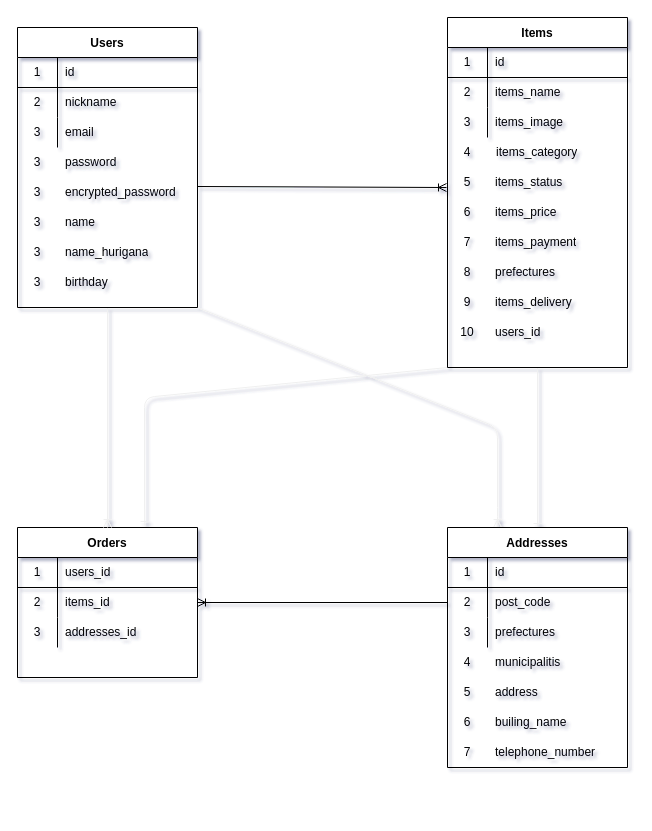
This is furima-36484.dio from Syota-Hama/furima-36484, a draw.io file, before an edit. Source tidied: cells renumbered, new cells numbered last; positions are measured from the earlier drawing's top-left corner, leaving out a move shared by most shapes. Both pictures are drawn from the tidied source at 100%, with x=0, y=0 at pixel (17, 17).
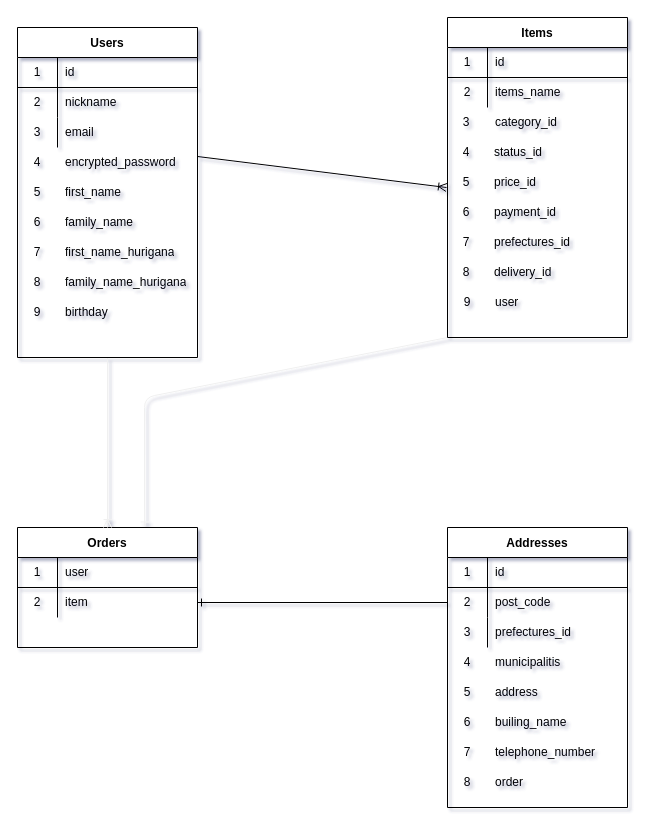
Above is the later version.

The change refers to these unchanged cells:
```xml
<mxCell id="15" style="shape=partialRectangle;html=1;whiteSpace=wrap;fillColor=none;top=0;left=0;bottom=1;right=0;" parent="14" vertex="1">
  <mxGeometry y="30" width="180" height="30" as="geometry" />
</mxCell>
<mxCell id="18" style="shape=partialRectangle;html=1;whiteSpace=wrap;fillColor=none;top=0;left=0;bottom=0;right=0;points=[[0,0.5],[1,0.5]];portConstraint=eastwest;" parent="14" vertex="1">
  <mxGeometry y="60" width="180" height="30" as="geometry" />
</mxCell>
<mxCell id="46" style="shape=partialRectangle;html=1;whiteSpace=wrap;fillColor=none;top=0;left=0;bottom=0;right=0;" parent="1" vertex="1">
  <mxGeometry y="220" width="180" height="30" as="geometry" />
</mxCell>
<mxCell id="77" style="shape=partialRectangle;html=1;whiteSpace=wrap;fillColor=none;top=0;left=0;bottom=0;right=0;points=[[0,0.5],[1,0.5]];portConstraint=eastwest;" parent="73" vertex="1">
  <mxGeometry y="60" width="180" height="30" as="geometry" />
</mxCell>
<mxCell id="83" style="shape=partialRectangle;html=1;whiteSpace=wrap;fillColor=none;top=0;left=0;bottom=0;right=0;" parent="1" vertex="1">
  <mxGeometry x="430" y="600" width="180" height="30" as="geometry" />
</mxCell>
```

The edit, as a diff of the source:
```diff
@@
-    <mxCell id="2" style="edgeStyle=none;jumpSize=6;html=1;exitX=0.5;exitY=1;exitDx=0;exitDy=0;entryX=0.5;entryY=0;entryDx=0;entryDy=0;endArrow=ERone;endFill=0;startSize=6;strokeColor=#f0f0f0;strokeWidth=1;" parent="1" edge="1" source="4" target="73">
-      <mxGeometry relative="1" as="geometry" />
-    </mxCell>
@@
     <mxCell id="4" value="Items" style="shape=table;startSize=30;childLayout=tableLayout;rowLines=0;fontStyle=1;align=center;" parent="1" vertex="1">
-      <mxGeometry x="430" width="180" height="350" as="geometry" />
+      <mxGeometry x="430" width="180" height="320" as="geometry" />
     </mxCell>
@@
-    <mxCell id="11" style="shape=partialRectangle;html=1;whiteSpace=wrap;fillColor=none;top=0;left=0;bottom=0;right=0;" parent="4" vertex="1">
-      <mxGeometry y="90" width="180" height="30" as="geometry" />
-    </mxCell>
-    <mxCell id="12" value="3" style="shape=partialRectangle;html=1;whiteSpace=wrap;fillColor=none;top=0;left=0;bottom=0;right=0;overflow=hidden;" parent="11" vertex="1">
-      <mxGeometry width="40" height="30" as="geometry" />
-    </mxCell>
-    <mxCell id="13" value="items_image" style="shape=partialRectangle;html=1;whiteSpace=wrap;fillColor=none;top=0;left=0;bottom=0;right=0;align=left;spacingLeft=6;overflow=hidden;" parent="11" vertex="1">
-      <mxGeometry x="40" width="140" height="30" as="geometry" />
-    </mxCell>
     <mxCell id="14" value="Orders" style="shape=table;startSize=30;childLayout=tableLayout;rowLines=0;fontStyle=1;align=center;" parent="1" vertex="1">
-      <mxGeometry y="510" width="180" height="150" as="geometry" />
+      <mxGeometry y="510" width="180" height="120" as="geometry" />
     </mxCell>
@@
-    <mxCell id="17" value="users_id" style="shape=partialRectangle;html=1;whiteSpace=wrap;fillColor=none;top=0;left=0;bottom=0;right=0;align=left;spacingLeft=6;overflow=hidden;" parent="15" vertex="1">
+    <mxCell id="17" value="user" style="shape=partialRectangle;html=1;whiteSpace=wrap;fillColor=none;top=0;left=0;bottom=0;right=0;align=left;spacingLeft=6;overflow=hidden;" parent="15" vertex="1">
       <mxGeometry x="40" width="140" height="30" as="geometry" />
     </mxCell>
@@
-    <mxCell id="20" value="items_id" style="shape=partialRectangle;html=1;whiteSpace=wrap;fillColor=none;top=0;left=0;bottom=0;right=0;align=left;spacingLeft=6;overflow=hidden;" parent="18" vertex="1">
+    <mxCell id="20" value="item" style="shape=partialRectangle;html=1;whiteSpace=wrap;fillColor=none;top=0;left=0;bottom=0;right=0;align=left;spacingLeft=6;overflow=hidden;" parent="18" vertex="1">
       <mxGeometry x="40" width="140" height="30" as="geometry" />
     </mxCell>
-    <mxCell id="21" style="shape=partialRectangle;html=1;whiteSpace=wrap;fillColor=none;top=0;left=0;bottom=0;right=0;" parent="14" vertex="1">
-      <mxGeometry y="90" width="180" height="30" as="geometry" />
-    </mxCell>
-    <mxCell id="22" value="3" style="shape=partialRectangle;html=1;whiteSpace=wrap;fillColor=none;top=0;left=0;bottom=0;right=0;overflow=hidden;" parent="21" vertex="1">
-      <mxGeometry width="40" height="30" as="geometry" />
-    </mxCell>
-    <mxCell id="23" value="addresses_id" style="shape=partialRectangle;html=1;whiteSpace=wrap;fillColor=none;top=0;left=0;bottom=0;right=0;align=left;spacingLeft=6;overflow=hidden;" parent="21" vertex="1">
-      <mxGeometry x="40" width="140" height="30" as="geometry" />
-    </mxCell>
-    <mxCell id="24" style="edgeStyle=none;jumpSize=6;html=1;exitX=0.5;exitY=1;exitDx=0;exitDy=0;endArrow=ERoneToMany;endFill=0;startSize=6;strokeColor=#f0f0f0;strokeWidth=1;" parent="1" edge="1" source="26">
-      <mxGeometry relative="1" as="geometry">
-        <mxPoint x="90" y="510" as="targetPoint" />
-      </mxGeometry>
-    </mxCell>
-    <mxCell id="25" style="edgeStyle=none;jumpSize=6;html=1;exitX=1;exitY=1;exitDx=0;exitDy=0;endArrow=ERoneToMany;endFill=0;startSize=6;strokeColor=#f0f0f0;strokeWidth=1;entryX=0.278;entryY=0;entryDx=0;entryDy=0;entryPerimeter=0;" parent="1" edge="1" source="26" target="73">
-      <mxGeometry relative="1" as="geometry">
-        <Array as="points">
-          <mxPoint x="480" y="410" />
-          <mxPoint x="480" y="500" />
-        </Array>
-      </mxGeometry>
-    </mxCell>
+    <mxCell id="99" style="edgeStyle=none;sketch=0;html=1;exitX=0.5;exitY=1;exitDx=0;exitDy=0;entryX=0.5;entryY=0;entryDx=0;entryDy=0;endArrow=ERoneToMany;endFill=0;strokeColor=#f0f0f0;" parent="1" edge="1" source="26" target="14">
+      <mxGeometry relative="1" as="geometry" />
+    </mxCell>
     <mxCell id="26" value="Users" style="shape=table;startSize=30;childLayout=tableLayout;rowLines=0;fontStyle=1;align=center;" parent="1" vertex="1">
-      <mxGeometry y="10" width="180" height="280" as="geometry" />
+      <mxGeometry y="10" width="180" height="330" as="geometry" />
     </mxCell>
@@
-    <mxCell id="36" style="shape=partialRectangle;html=1;whiteSpace=wrap;fillColor=none;top=0;left=0;bottom=0;right=0;" parent="1" vertex="1">
-      <mxGeometry y="130" width="180" height="30" as="geometry" />
-    </mxCell>
-    <mxCell id="37" value="3" style="shape=partialRectangle;html=1;whiteSpace=wrap;fillColor=none;top=0;left=0;bottom=0;right=0;overflow=hidden;" parent="36" vertex="1">
-      <mxGeometry width="40" height="30" as="geometry" />
-    </mxCell>
-    <mxCell id="38" value="password" style="shape=partialRectangle;html=1;whiteSpace=wrap;fillColor=none;top=0;left=0;bottom=0;right=0;align=left;spacingLeft=6;overflow=hidden;" parent="36" vertex="1">
-      <mxGeometry x="40" width="140" height="30" as="geometry" />
-    </mxCell>
@@
     <mxCell id="40" style="shape=partialRectangle;html=1;whiteSpace=wrap;fillColor=none;top=0;left=0;bottom=0;right=0;points=[[0,0.5],[1,0.5]];portConstraint=eastwest;" parent="1" vertex="1">
-      <mxGeometry y="160" width="180" height="30" as="geometry" />
+      <mxGeometry y="130" width="180" height="30" as="geometry" />
     </mxCell>
-    <mxCell id="41" value="3" style="shape=partialRectangle;html=1;whiteSpace=wrap;fillColor=none;top=0;left=0;bottom=0;right=0;overflow=hidden;" parent="40" vertex="1">
+    <mxCell id="41" value="4" style="shape=partialRectangle;html=1;whiteSpace=wrap;fillColor=none;top=0;left=0;bottom=0;right=0;overflow=hidden;" parent="40" vertex="1">
       <mxGeometry width="40" height="30" as="geometry" />
     </mxCell>
@@
     <mxCell id="43" style="shape=partialRectangle;html=1;whiteSpace=wrap;fillColor=none;top=0;left=0;bottom=0;right=0;" parent="1" vertex="1">
-      <mxGeometry y="190" width="180" height="30" as="geometry" />
+      <mxGeometry y="160" width="180" height="30" as="geometry" />
     </mxCell>
-    <mxCell id="44" value="3" style="shape=partialRectangle;html=1;whiteSpace=wrap;fillColor=none;top=0;left=0;bottom=0;right=0;overflow=hidden;" parent="43" vertex="1">
+    <mxCell id="44" value="5" style="shape=partialRectangle;html=1;whiteSpace=wrap;fillColor=none;top=0;left=0;bottom=0;right=0;overflow=hidden;" parent="43" vertex="1">
       <mxGeometry width="40" height="30" as="geometry" />
     </mxCell>
-    <mxCell id="45" value="name" style="shape=partialRectangle;html=1;whiteSpace=wrap;fillColor=none;top=0;left=0;bottom=0;right=0;align=left;spacingLeft=6;overflow=hidden;" parent="43" vertex="1">
+    <mxCell id="45" value="first_name" style="shape=partialRectangle;html=1;whiteSpace=wrap;fillColor=none;top=0;left=0;bottom=0;right=0;align=left;spacingLeft=6;overflow=hidden;" parent="43" vertex="1">
       <mxGeometry x="40" width="140" height="30" as="geometry" />
     </mxCell>
@@
-    <mxCell id="47" value="3" style="shape=partialRectangle;html=1;whiteSpace=wrap;fillColor=none;top=0;left=0;bottom=0;right=0;overflow=hidden;" parent="46" vertex="1">
+    <mxCell id="47" value="7" style="shape=partialRectangle;html=1;whiteSpace=wrap;fillColor=none;top=0;left=0;bottom=0;right=0;overflow=hidden;" parent="46" vertex="1">
       <mxGeometry width="40" height="30" as="geometry" />
     </mxCell>
-    <mxCell id="48" value="name_hurigana" style="shape=partialRectangle;html=1;whiteSpace=wrap;fillColor=none;top=0;left=0;bottom=0;right=0;align=left;spacingLeft=6;overflow=hidden;" parent="46" vertex="1">
+    <mxCell id="48" value="first_name_hurigana" style="shape=partialRectangle;html=1;whiteSpace=wrap;fillColor=none;top=0;left=0;bottom=0;right=0;align=left;spacingLeft=6;overflow=hidden;" parent="46" vertex="1">
       <mxGeometry x="40" width="140" height="30" as="geometry" />
     </mxCell>
     <mxCell id="49" style="shape=partialRectangle;html=1;whiteSpace=wrap;fillColor=none;top=0;left=0;bottom=0;right=0;" parent="1" vertex="1">
-      <mxGeometry y="250" width="180" height="30" as="geometry" />
+      <mxGeometry y="280" width="180" height="30" as="geometry" />
     </mxCell>
-    <mxCell id="50" value="3" style="shape=partialRectangle;html=1;whiteSpace=wrap;fillColor=none;top=0;left=0;bottom=0;right=0;overflow=hidden;" parent="49" vertex="1">
+    <mxCell id="50" value="9" style="shape=partialRectangle;html=1;whiteSpace=wrap;fillColor=none;top=0;left=0;bottom=0;right=0;overflow=hidden;" parent="49" vertex="1">
       <mxGeometry width="40" height="30" as="geometry" />
     </mxCell>
@@
     <mxCell id="52" style="shape=partialRectangle;html=1;whiteSpace=wrap;fillColor=none;top=0;left=0;bottom=0;right=0;" parent="1" vertex="1">
-      <mxGeometry x="430" y="150" width="180" height="30" as="geometry" />
+      <mxGeometry x="429" y="120" width="180" height="30" as="geometry" />
     </mxCell>
-    <mxCell id="53" value="5" style="shape=partialRectangle;html=1;whiteSpace=wrap;fillColor=none;top=0;left=0;bottom=0;right=0;overflow=hidden;" parent="52" vertex="1">
+    <mxCell id="53" value="4" style="shape=partialRectangle;html=1;whiteSpace=wrap;fillColor=none;top=0;left=0;bottom=0;right=0;overflow=hidden;" parent="52" vertex="1">
       <mxGeometry width="40" height="30" as="geometry" />
     </mxCell>
-    <mxCell id="54" value="items_status" style="shape=partialRectangle;html=1;whiteSpace=wrap;fillColor=none;top=0;left=0;bottom=0;right=0;align=left;spacingLeft=6;overflow=hidden;" parent="52" vertex="1">
+    <mxCell id="54" value="status_id" style="shape=partialRectangle;html=1;whiteSpace=wrap;fillColor=none;top=0;left=0;bottom=0;right=0;align=left;spacingLeft=6;overflow=hidden;" parent="52" vertex="1">
       <mxGeometry x="40" width="140" height="30" as="geometry" />
     </mxCell>
     <mxCell id="55" style="shape=partialRectangle;html=1;whiteSpace=wrap;fillColor=none;top=0;left=0;bottom=0;right=0;" parent="1" vertex="1">
-      <mxGeometry x="430" y="180" width="180" height="30" as="geometry" />
+      <mxGeometry x="429" y="150" width="180" height="30" as="geometry" />
     </mxCell>
-    <mxCell id="56" value="6" style="shape=partialRectangle;html=1;whiteSpace=wrap;fillColor=none;top=0;left=0;bottom=0;right=0;overflow=hidden;" parent="55" vertex="1">
+    <mxCell id="56" value="5" style="shape=partialRectangle;html=1;whiteSpace=wrap;fillColor=none;top=0;left=0;bottom=0;right=0;overflow=hidden;" parent="55" vertex="1">
       <mxGeometry width="40" height="30" as="geometry" />
     </mxCell>
-    <mxCell id="57" value="items_price" style="shape=partialRectangle;html=1;whiteSpace=wrap;fillColor=none;top=0;left=0;bottom=0;right=0;align=left;spacingLeft=6;overflow=hidden;" parent="55" vertex="1">
+    <mxCell id="57" value="price_id" style="shape=partialRectangle;html=1;whiteSpace=wrap;fillColor=none;top=0;left=0;bottom=0;right=0;align=left;spacingLeft=6;overflow=hidden;" parent="55" vertex="1">
       <mxGeometry x="40" width="140" height="30" as="geometry" />
     </mxCell>
     <mxCell id="58" style="shape=partialRectangle;html=1;whiteSpace=wrap;fillColor=none;top=0;left=0;bottom=0;right=0;" parent="1" vertex="1">
-      <mxGeometry x="430" y="120" width="180" height="30" as="geometry" />
+      <mxGeometry x="429" y="90" width="180" height="30" as="geometry" />
     </mxCell>
-    <mxCell id="59" value="4" style="shape=partialRectangle;html=1;whiteSpace=wrap;fillColor=none;top=0;left=0;bottom=0;right=0;overflow=hidden;" parent="58" vertex="1">
+    <mxCell id="59" value="3" style="shape=partialRectangle;html=1;whiteSpace=wrap;fillColor=none;top=0;left=0;bottom=0;right=0;overflow=hidden;" parent="58" vertex="1">
       <mxGeometry width="40" height="30" as="geometry" />
     </mxCell>
-    <mxCell id="60" value="items_category" style="shape=partialRectangle;html=1;whiteSpace=wrap;fillColor=none;top=0;left=0;bottom=0;right=0;align=left;spacingLeft=6;overflow=hidden;" parent="58" vertex="1">
+    <mxCell id="60" value="category_id" style="shape=partialRectangle;html=1;whiteSpace=wrap;fillColor=none;top=0;left=0;bottom=0;right=0;align=left;spacingLeft=6;overflow=hidden;" parent="58" vertex="1">
       <mxGeometry x="41" width="140" height="30" as="geometry" />
     </mxCell>
     <mxCell id="61" style="shape=partialRectangle;html=1;whiteSpace=wrap;fillColor=none;top=0;left=0;bottom=0;right=0;" parent="1" vertex="1">
-      <mxGeometry x="430" y="210" width="180" height="30" as="geometry" />
+      <mxGeometry x="429" y="180" width="180" height="30" as="geometry" />
     </mxCell>
-    <mxCell id="62" value="7" style="shape=partialRectangle;html=1;whiteSpace=wrap;fillColor=none;top=0;left=0;bottom=0;right=0;overflow=hidden;" parent="61" vertex="1">
+    <mxCell id="62" value="6" style="shape=partialRectangle;html=1;whiteSpace=wrap;fillColor=none;top=0;left=0;bottom=0;right=0;overflow=hidden;" parent="61" vertex="1">
       <mxGeometry width="40" height="30" as="geometry" />
     </mxCell>
-    <mxCell id="63" value="items_payment" style="shape=partialRectangle;html=1;whiteSpace=wrap;fillColor=none;top=0;left=0;bottom=0;right=0;align=left;spacingLeft=6;overflow=hidden;" parent="61" vertex="1">
+    <mxCell id="63" value="payment_id" style="shape=partialRectangle;html=1;whiteSpace=wrap;fillColor=none;top=0;left=0;bottom=0;right=0;align=left;spacingLeft=6;overflow=hidden;" parent="61" vertex="1">
       <mxGeometry x="40" width="140" height="30" as="geometry" />
     </mxCell>
     <mxCell id="64" style="shape=partialRectangle;html=1;whiteSpace=wrap;fillColor=none;top=0;left=0;bottom=0;right=0;" parent="1" vertex="1">
-      <mxGeometry x="430" y="240" width="180" height="30" as="geometry" />
+      <mxGeometry x="429" y="210" width="180" height="30" as="geometry" />
     </mxCell>
-    <mxCell id="65" value="8" style="shape=partialRectangle;html=1;whiteSpace=wrap;fillColor=none;top=0;left=0;bottom=0;right=0;overflow=hidden;" parent="64" vertex="1">
+    <mxCell id="65" value="7" style="shape=partialRectangle;html=1;whiteSpace=wrap;fillColor=none;top=0;left=0;bottom=0;right=0;overflow=hidden;" parent="64" vertex="1">
       <mxGeometry width="40" height="30" as="geometry" />
     </mxCell>
-    <mxCell id="66" value="&lt;span&gt;prefectures&lt;/span&gt;" style="shape=partialRectangle;html=1;whiteSpace=wrap;fillColor=none;top=0;left=0;bottom=0;right=0;align=left;spacingLeft=6;overflow=hidden;" parent="64" vertex="1">
+    <mxCell id="66" value="&lt;span&gt;prefectures_id&lt;/span&gt;" style="shape=partialRectangle;html=1;whiteSpace=wrap;fillColor=none;top=0;left=0;bottom=0;right=0;align=left;spacingLeft=6;overflow=hidden;" parent="64" vertex="1">
       <mxGeometry x="40" width="140" height="30" as="geometry" />
     </mxCell>
     <mxCell id="67" style="shape=partialRectangle;html=1;whiteSpace=wrap;fillColor=none;top=0;left=0;bottom=0;right=0;" parent="1" vertex="1">
-      <mxGeometry x="430" y="270" width="180" height="30" as="geometry" />
+      <mxGeometry x="429" y="240" width="180" height="30" as="geometry" />
     </mxCell>
-    <mxCell id="68" value="9" style="shape=partialRectangle;html=1;whiteSpace=wrap;fillColor=none;top=0;left=0;bottom=0;right=0;overflow=hidden;" parent="67" vertex="1">
+    <mxCell id="68" value="8" style="shape=partialRectangle;html=1;whiteSpace=wrap;fillColor=none;top=0;left=0;bottom=0;right=0;overflow=hidden;" parent="67" vertex="1">
       <mxGeometry width="40" height="30" as="geometry" />
     </mxCell>
-    <mxCell id="69" value="items_delivery" style="shape=partialRectangle;html=1;whiteSpace=wrap;fillColor=none;top=0;left=0;bottom=0;right=0;align=left;spacingLeft=6;overflow=hidden;" parent="67" vertex="1">
+    <mxCell id="69" value="delivery_id" style="shape=partialRectangle;html=1;whiteSpace=wrap;fillColor=none;top=0;left=0;bottom=0;right=0;align=left;spacingLeft=6;overflow=hidden;" parent="67" vertex="1">
       <mxGeometry x="40" width="140" height="30" as="geometry" />
     </mxCell>
     <mxCell id="70" style="shape=partialRectangle;html=1;whiteSpace=wrap;fillColor=none;top=0;left=0;bottom=0;right=0;" parent="1" vertex="1">
-      <mxGeometry x="430" y="300" width="180" height="30" as="geometry" />
+      <mxGeometry x="430" y="270" width="180" height="30" as="geometry" />
     </mxCell>
-    <mxCell id="71" value="10" style="shape=partialRectangle;html=1;whiteSpace=wrap;fillColor=none;top=0;left=0;bottom=0;right=0;overflow=hidden;" parent="70" vertex="1">
+    <mxCell id="71" value="9" style="shape=partialRectangle;html=1;whiteSpace=wrap;fillColor=none;top=0;left=0;bottom=0;right=0;overflow=hidden;" parent="70" vertex="1">
       <mxGeometry width="40" height="30" as="geometry" />
     </mxCell>
-    <mxCell id="72" value="users_id" style="shape=partialRectangle;html=1;whiteSpace=wrap;fillColor=none;top=0;left=0;bottom=0;right=0;align=left;spacingLeft=6;overflow=hidden;" parent="70" vertex="1">
+    <mxCell id="72" value="user" style="shape=partialRectangle;html=1;whiteSpace=wrap;fillColor=none;top=0;left=0;bottom=0;right=0;align=left;spacingLeft=6;overflow=hidden;" parent="70" vertex="1">
       <mxGeometry x="40" width="140" height="30" as="geometry" />
     </mxCell>
     <mxCell id="73" value="Addresses" style="shape=table;startSize=30;childLayout=tableLayout;rowLines=0;fontStyle=1;align=center;" parent="1" vertex="1">
-      <mxGeometry x="430" y="510" width="180" height="240" as="geometry" />
+      <mxGeometry x="430" y="510" width="180" height="280" as="geometry" />
     </mxCell>
@@
-    <mxCell id="85" value="prefectures" style="shape=partialRectangle;html=1;whiteSpace=wrap;fillColor=none;top=0;left=0;bottom=0;right=0;align=left;spacingLeft=6;overflow=hidden;" parent="83" vertex="1">
+    <mxCell id="85" value="prefectures_id" style="shape=partialRectangle;html=1;whiteSpace=wrap;fillColor=none;top=0;left=0;bottom=0;right=0;align=left;spacingLeft=6;overflow=hidden;" parent="83" vertex="1">
       <mxGeometry x="40" width="140" height="30" as="geometry" />
     </mxCell>
@@
-    <mxCell id="98" style="edgeStyle=none;html=1;exitX=0;exitY=0.5;exitDx=0;exitDy=0;entryX=1;entryY=0.5;entryDx=0;entryDy=0;sketch=0;endArrow=ERoneToMany;endFill=0;" parent="1" edge="1" source="77" target="18">
+    <mxCell id="98" style="edgeStyle=none;html=1;exitX=0;exitY=0.5;exitDx=0;exitDy=0;entryX=1;entryY=0.5;entryDx=0;entryDy=0;sketch=0;endArrow=ERone;endFill=0;" parent="1" edge="1" source="77" target="18">
       <mxGeometry relative="1" as="geometry" />
     </mxCell>
+    <mxCell id="100" style="shape=partialRectangle;html=1;whiteSpace=wrap;fillColor=none;top=0;left=0;bottom=0;right=0;" parent="1" vertex="1">
+      <mxGeometry y="190" width="180" height="30" as="geometry" />
+    </mxCell>
+    <mxCell id="101" value="6" style="shape=partialRectangle;html=1;whiteSpace=wrap;fillColor=none;top=0;left=0;bottom=0;right=0;overflow=hidden;" parent="100" vertex="1">
+      <mxGeometry width="40" height="30" as="geometry" />
+    </mxCell>
+    <mxCell id="102" value="family_name" style="shape=partialRectangle;html=1;whiteSpace=wrap;fillColor=none;top=0;left=0;bottom=0;right=0;align=left;spacingLeft=6;overflow=hidden;" parent="100" vertex="1">
+      <mxGeometry x="40" width="140" height="30" as="geometry" />
+    </mxCell>
+    <mxCell id="103" style="shape=partialRectangle;html=1;whiteSpace=wrap;fillColor=none;top=0;left=0;bottom=0;right=0;" parent="1" vertex="1">
+      <mxGeometry y="250" width="180" height="30" as="geometry" />
+    </mxCell>
+    <mxCell id="104" value="8" style="shape=partialRectangle;html=1;whiteSpace=wrap;fillColor=none;top=0;left=0;bottom=0;right=0;overflow=hidden;" parent="103" vertex="1">
+      <mxGeometry width="40" height="30" as="geometry" />
+    </mxCell>
+    <mxCell id="105" value="family_name_hurigana" style="shape=partialRectangle;html=1;whiteSpace=wrap;fillColor=none;top=0;left=0;bottom=0;right=0;align=left;spacingLeft=6;overflow=hidden;" parent="103" vertex="1">
+      <mxGeometry x="40" width="140" height="30" as="geometry" />
+    </mxCell>
+    <mxCell id="106" style="shape=partialRectangle;html=1;whiteSpace=wrap;fillColor=none;top=0;left=0;bottom=0;right=0;" parent="1" vertex="1">
+      <mxGeometry x="430" y="750" width="180" height="30" as="geometry" />
+    </mxCell>
+    <mxCell id="107" value="8" style="shape=partialRectangle;html=1;whiteSpace=wrap;fillColor=none;top=0;left=0;bottom=0;right=0;overflow=hidden;" parent="106" vertex="1">
+      <mxGeometry width="40" height="30" as="geometry" />
+    </mxCell>
+    <mxCell id="108" value="order" style="shape=partialRectangle;html=1;whiteSpace=wrap;fillColor=none;top=0;left=0;bottom=0;right=0;align=left;spacingLeft=6;overflow=hidden;" parent="106" vertex="1">
+      <mxGeometry x="40" width="140" height="30" as="geometry" />
+    </mxCell>
```
